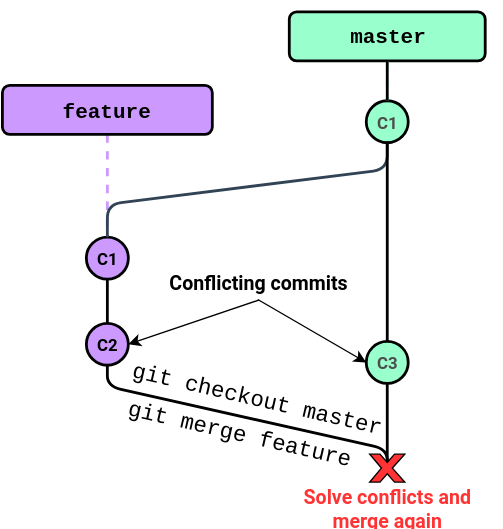
Above: Session 0 - Git/img/Branching_and_Merging/Merging_conflict.svg in Python-Crash-Course/Python201 (draw.io), before the change. Source tidied: cells renumbered, new cells last; positions are measured from the earlier drawing's top-left corner, leaving out a move shared by most shapes. Its diagram source:
```xml
<mxGraphModel>
  <root>
    <mxCell id="0" />
    <mxCell id="1" parent="0" />
    <mxCell id="2" style="endArrow=none;dashed=1;html=1;strokeWidth=2;fillColor=#ffe6cc;strokeColor=#CC99FF;exitX=0.5;exitY=1;exitDx=0;exitDy=0;entryX=0.5;entryY=0;entryDx=0;entryDy=0;" parent="1" edge="1" source="3" target="5">
      <mxGeometry relative="1" as="geometry" />
    </mxCell>
    <mxCell id="3" value="&lt;h1 style=&quot;line-height: 70%&quot;&gt;&lt;b style=&quot;font-size: 15px&quot;&gt;&lt;font face=&quot;Courier New&quot; style=&quot;line-height: 100%&quot;&gt;feature&lt;/font&gt;&lt;/b&gt;&lt;/h1&gt;" style="text;html=1;spacing=5;spacingTop=-20;whiteSpace=wrap;overflow=hidden;rounded=1;align=center;labelBorderColor=none;labelBackgroundColor=none;fillColor=#cc99ff;strokeColor=#000000;fontFamily=Roboto;perimeterSpacing=0;strokeWidth=2;comic=0;glass=0;shadow=0;" parent="1" vertex="1">
      <mxGeometry y="52.5" width="150" height="35" as="geometry" />
    </mxCell>
    <mxCell id="4" value="&lt;font style=&quot;font-size: 12px&quot;&gt;C1&lt;/font&gt;" style="ellipse;whiteSpace=wrap;html=1;fillColor=#99FFCC;strokeColor=#000000;fontColor=#4D4D4D;fontStyle=1;fontSize=10;fontFamily=Roboto;FType=g;strokeWidth=2;" parent="1" vertex="1">
      <mxGeometry x="260" y="63.5" width="30" height="30" as="geometry" />
    </mxCell>
    <mxCell id="5" value="&lt;font style=&quot;font-size: 12px&quot;&gt;C1&lt;/font&gt;" style="ellipse;whiteSpace=wrap;html=1;fillColor=#CC99FF;strokeColor=#000000;fontFamily=Roboto;fontStyle=1;fontSize=10;strokeWidth=2;" parent="1" vertex="1">
      <mxGeometry x="60" y="161" width="30" height="30" as="geometry" />
    </mxCell>
    <mxCell id="6" style="endArrow=none;html=1;strokeColor=#000000;fontFamily=Roboto;fontSize=14;fontColor=#000000;exitX=0.5;exitY=1;exitDx=0;exitDy=0;entryX=0.5;entryY=0;entryDx=0;entryDy=0;strokeWidth=2;startArrow=none;startFill=0;endFill=0;" parent="1" edge="1" source="5" target="7">
      <mxGeometry relative="1" as="geometry" />
    </mxCell>
    <mxCell id="7" value="&lt;font style=&quot;font-size: 12px&quot;&gt;C2&lt;/font&gt;" style="ellipse;whiteSpace=wrap;html=1;fillColor=#CC99FF;strokeColor=#000000;fontFamily=Roboto;fontStyle=1;fontSize=10;strokeWidth=2;" parent="1" vertex="1">
      <mxGeometry x="60" y="222.5" width="30" height="30" as="geometry" />
    </mxCell>
    <mxCell id="8" value="&lt;h1 style=&quot;line-height: 70%&quot;&gt;&lt;b style=&quot;font-size: 15px&quot;&gt;&lt;font face=&quot;Courier New&quot; style=&quot;line-height: 100%&quot;&gt;master&lt;/font&gt;&lt;/b&gt;&lt;/h1&gt;" style="text;html=1;spacing=5;spacingTop=-20;whiteSpace=wrap;overflow=hidden;rounded=1;align=center;labelBorderColor=none;labelBackgroundColor=none;fillColor=#99FFCC;strokeColor=#000000;fontFamily=Roboto;perimeterSpacing=0;strokeWidth=2;comic=0;glass=0;shadow=0;" parent="1" vertex="1">
      <mxGeometry x="205" width="140" height="35" as="geometry" />
    </mxCell>
    <mxCell id="9" style="endArrow=none;html=1;strokeWidth=2;fontColor=#6FD08C;entryX=0.5;entryY=1;entryDx=0;entryDy=0;fillColor=#647687;strokeColor=#000000;jumpStyle=arc;targetPerimeterSpacing=3;endSize=3;startArrow=none;startFill=0;exitX=0.5;exitY=0;exitDx=0;exitDy=0;" parent="1" edge="1" target="7">
      <mxGeometry relative="1" as="geometry">
        <mxPoint x="275" y="328" as="sourcePoint" />
        <Array as="points">
          <mxPoint x="275" y="312.5" />
          <mxPoint x="75" y="267.5" />
        </Array>
      </mxGeometry>
    </mxCell>
    <mxCell id="10" value="&lt;font face=&quot;Courier New&quot;&gt;&lt;font style=&quot;font-size: 16px&quot;&gt;git checkout master&lt;/font&gt;&lt;br style=&quot;font-size: 14px&quot;&gt;&lt;/font&gt;" style="text;html=1;strokeColor=none;fillColor=none;align=center;verticalAlign=middle;whiteSpace=wrap;rounded=0;rotation=13;fontSize=14;" parent="1" vertex="1">
      <mxGeometry x="90" y="262.5" width="185" height="30" as="geometry" />
    </mxCell>
    <mxCell id="11" value="&lt;font face=&quot;Courier New&quot;&gt;&lt;font style=&quot;font-size: 16px&quot;&gt;git merge feature&lt;/font&gt;&lt;br style=&quot;font-size: 14px&quot;&gt;&lt;/font&gt;" style="text;html=1;strokeColor=none;fillColor=none;align=center;verticalAlign=middle;whiteSpace=wrap;rounded=0;rotation=13;fontSize=14;" parent="1" vertex="1">
      <mxGeometry x="85" y="287.5" width="170" height="30" as="geometry" />
    </mxCell>
    <mxCell id="12" style="endArrow=none;dashed=1;html=1;strokeWidth=2;fillColor=#d5e8d4;strokeColor=#99FFCC;entryX=0.5;entryY=0;entryDx=0;entryDy=0;exitX=0.5;exitY=1;exitDx=0;exitDy=0;" parent="1" edge="1" source="8" target="4">
      <mxGeometry relative="1" as="geometry" />
    </mxCell>
    <mxCell id="13" style="endArrow=none;html=1;strokeColor=#000000;fontFamily=Roboto;fontSize=8;fontColor=#000000;exitX=0.5;exitY=1;exitDx=0;exitDy=0;entryX=0.5;entryY=0;entryDx=0;entryDy=0;strokeWidth=2;endFill=0;" parent="1" edge="1" source="8" target="4">
      <mxGeometry relative="1" as="geometry" />
    </mxCell>
    <mxCell id="14" style="endArrow=none;html=1;strokeWidth=2;fontColor=#6FD08C;fillColor=#647687;strokeColor=#314354;jumpStyle=arc;targetPerimeterSpacing=0;endSize=0;startArrow=none;startFill=0;exitX=0.5;exitY=0;exitDx=0;exitDy=0;" parent="1" edge="1" source="5">
      <mxGeometry relative="1" as="geometry">
        <mxPoint x="275" y="92.5" as="targetPoint" />
        <Array as="points">
          <mxPoint x="75" y="137.5" />
          <mxPoint x="275" y="112.5" />
        </Array>
      </mxGeometry>
    </mxCell>
    <mxCell id="15" style="endArrow=none;html=1;strokeWidth=2;entryX=0.5;entryY=0;entryDx=0;entryDy=0;endFill=0;" parent="1" edge="1" source="16">
      <mxGeometry relative="1" as="geometry">
        <mxPoint x="275" y="328" as="targetPoint" />
      </mxGeometry>
    </mxCell>
    <mxCell id="16" value="&lt;font style=&quot;font-size: 12px&quot;&gt;C3&lt;/font&gt;" style="ellipse;whiteSpace=wrap;html=1;fillColor=#99FFCC;strokeColor=#000000;fontColor=#4D4D4D;fontStyle=1;fontSize=10;fontFamily=Roboto;FType=g;strokeWidth=2;" parent="1" vertex="1">
      <mxGeometry x="260" y="235.5" width="30" height="30" as="geometry" />
    </mxCell>
    <mxCell id="17" style="endArrow=none;html=1;strokeWidth=2;entryX=0.5;entryY=0;entryDx=0;entryDy=0;endFill=0;" parent="1" edge="1" target="16">
      <mxGeometry relative="1" as="geometry">
        <mxPoint x="275" y="92.5" as="sourcePoint" />
      </mxGeometry>
    </mxCell>
    <mxCell id="18" value="Conflicting commits" style="text;html=1;strokeColor=none;fillColor=none;align=center;verticalAlign=middle;whiteSpace=wrap;rounded=0;fontFamily=Roboto;rotation=0;fontStyle=1;fontSize=14;" parent="1" vertex="1">
      <mxGeometry x="100" y="180.5" width="165" height="25" as="geometry" />
    </mxCell>
    <mxCell id="19" style="endArrow=classic;html=1;fontSize=14;exitX=0.504;exitY=1.02;exitDx=0;exitDy=0;exitPerimeter=0;entryX=1;entryY=0.5;entryDx=0;entryDy=0;" parent="1" edge="1" source="18" target="7">
      <mxGeometry relative="1" as="geometry" />
    </mxCell>
    <mxCell id="20" style="endArrow=classic;html=1;fontSize=14;exitX=0.5;exitY=1;exitDx=0;exitDy=0;entryX=0;entryY=0.5;entryDx=0;entryDy=0;" parent="1" edge="1" source="18" target="16">
      <mxGeometry relative="1" as="geometry" />
    </mxCell>
    <mxCell id="21" style="verticalLabelPosition=bottom;verticalAlign=top;html=1;shape=mxgraph.basic.x;fontColor=#FF3333;labelBackgroundColor=#FF3333;labelBorderColor=#FF3333;fillColor=#FF3333;" parent="1" vertex="1">
      <mxGeometry x="262.5" y="316" width="25" height="20" as="geometry" />
    </mxCell>
    <mxCell id="22" value="Solve conflicts and merge again" style="text;html=1;strokeColor=none;fillColor=none;align=center;verticalAlign=middle;whiteSpace=wrap;rounded=0;fontFamily=Roboto;rotation=0;fontStyle=1;fontSize=14;fontColor=#FF3333;" parent="1" vertex="1">
      <mxGeometry x="192.5" y="341.5" width="165" height="25" as="geometry" />
    </mxCell>
  </root>
</mxGraphModel>
```
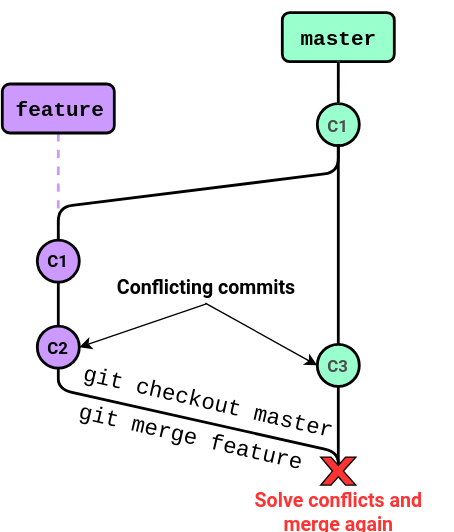
The same diagram one commit later.

Change to the diagram source:
```diff
@@ -6,7 +6,7 @@
       <mxGeometry relative="1" as="geometry" />
     </mxCell>
     <mxCell id="3" value="&lt;h1 style=&quot;line-height: 70%&quot;&gt;&lt;b style=&quot;font-size: 15px&quot;&gt;&lt;font face=&quot;Courier New&quot; style=&quot;line-height: 100%&quot;&gt;feature&lt;/font&gt;&lt;/b&gt;&lt;/h1&gt;" style="text;html=1;spacing=5;spacingTop=-20;whiteSpace=wrap;overflow=hidden;rounded=1;align=center;labelBorderColor=none;labelBackgroundColor=none;fillColor=#cc99ff;strokeColor=#000000;fontFamily=Roboto;perimeterSpacing=0;strokeWidth=2;comic=0;glass=0;shadow=0;" parent="1" vertex="1">
-      <mxGeometry y="52.5" width="150" height="35" as="geometry" />
+      <mxGeometry x="35" y="49.5" width="80" height="35" as="geometry" />
     </mxCell>
     <mxCell id="4" value="&lt;font style=&quot;font-size: 12px&quot;&gt;C1&lt;/font&gt;" style="ellipse;whiteSpace=wrap;html=1;fillColor=#99FFCC;strokeColor=#000000;fontColor=#4D4D4D;fontStyle=1;fontSize=10;fontFamily=Roboto;FType=g;strokeWidth=2;" parent="1" vertex="1">
       <mxGeometry x="260" y="63.5" width="30" height="30" as="geometry" />
@@ -21,7 +21,7 @@
       <mxGeometry x="60" y="222.5" width="30" height="30" as="geometry" />
     </mxCell>
     <mxCell id="8" value="&lt;h1 style=&quot;line-height: 70%&quot;&gt;&lt;b style=&quot;font-size: 15px&quot;&gt;&lt;font face=&quot;Courier New&quot; style=&quot;line-height: 100%&quot;&gt;master&lt;/font&gt;&lt;/b&gt;&lt;/h1&gt;" style="text;html=1;spacing=5;spacingTop=-20;whiteSpace=wrap;overflow=hidden;rounded=1;align=center;labelBorderColor=none;labelBackgroundColor=none;fillColor=#99FFCC;strokeColor=#000000;fontFamily=Roboto;perimeterSpacing=0;strokeWidth=2;comic=0;glass=0;shadow=0;" parent="1" vertex="1">
-      <mxGeometry x="205" width="140" height="35" as="geometry" />
+      <mxGeometry x="235" y="-1.5" width="80" height="35" as="geometry" />
     </mxCell>
     <mxCell id="9" style="endArrow=none;html=1;strokeWidth=2;fontColor=#6FD08C;entryX=0.5;entryY=1;entryDx=0;entryDy=0;fillColor=#647687;strokeColor=#000000;jumpStyle=arc;targetPerimeterSpacing=3;endSize=3;startArrow=none;startFill=0;exitX=0.5;exitY=0;exitDx=0;exitDy=0;" parent="1" edge="1" target="7">
       <mxGeometry relative="1" as="geometry">
@@ -44,7 +44,7 @@
     <mxCell id="13" style="endArrow=none;html=1;strokeColor=#000000;fontFamily=Roboto;fontSize=8;fontColor=#000000;exitX=0.5;exitY=1;exitDx=0;exitDy=0;entryX=0.5;entryY=0;entryDx=0;entryDy=0;strokeWidth=2;endFill=0;" parent="1" edge="1" source="8" target="4">
       <mxGeometry relative="1" as="geometry" />
     </mxCell>
-    <mxCell id="14" style="endArrow=none;html=1;strokeWidth=2;fontColor=#6FD08C;fillColor=#647687;strokeColor=#314354;jumpStyle=arc;targetPerimeterSpacing=0;endSize=0;startArrow=none;startFill=0;exitX=0.5;exitY=0;exitDx=0;exitDy=0;" parent="1" edge="1" source="5">
+    <mxCell id="14" style="endArrow=none;html=1;strokeWidth=2;fontColor=#6FD08C;fillColor=#647687;strokeColor=#000000;jumpStyle=arc;targetPerimeterSpacing=0;endSize=0;startArrow=none;startFill=0;exitX=0.5;exitY=0;exitDx=0;exitDy=0;" parent="1" edge="1" source="5">
       <mxGeometry relative="1" as="geometry">
         <mxPoint x="275" y="92.5" as="targetPoint" />
         <Array as="points">
@@ -67,7 +67,7 @@
       </mxGeometry>
     </mxCell>
     <mxCell id="18" value="Conflicting commits" style="text;html=1;strokeColor=none;fillColor=none;align=center;verticalAlign=middle;whiteSpace=wrap;rounded=0;fontFamily=Roboto;rotation=0;fontStyle=1;fontSize=14;" parent="1" vertex="1">
-      <mxGeometry x="100" y="180.5" width="165" height="25" as="geometry" />
+      <mxGeometry x="80" y="181" width="200" height="25" as="geometry" />
     </mxCell>
     <mxCell id="19" style="endArrow=classic;html=1;fontSize=14;exitX=0.504;exitY=1.02;exitDx=0;exitDy=0;exitPerimeter=0;entryX=1;entryY=0.5;entryDx=0;entryDy=0;" parent="1" edge="1" source="18" target="7">
       <mxGeometry relative="1" as="geometry" />
```
